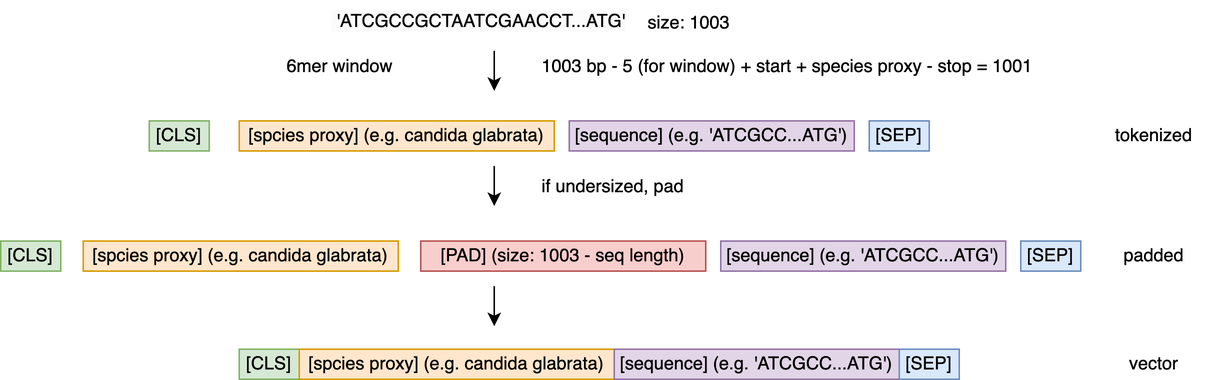
Before: notes/assets/drawio/fungal_up_down_transformer_upstream_1003bp_pad_for_undersized.drawio.png, a diagram exported from draw.io (Mjvolk3/torchcell). Source tidied: cells renumbered, new cells last; positions are measured from the earlier drawing's top-left corner, leaving out a move shared by most shapes.
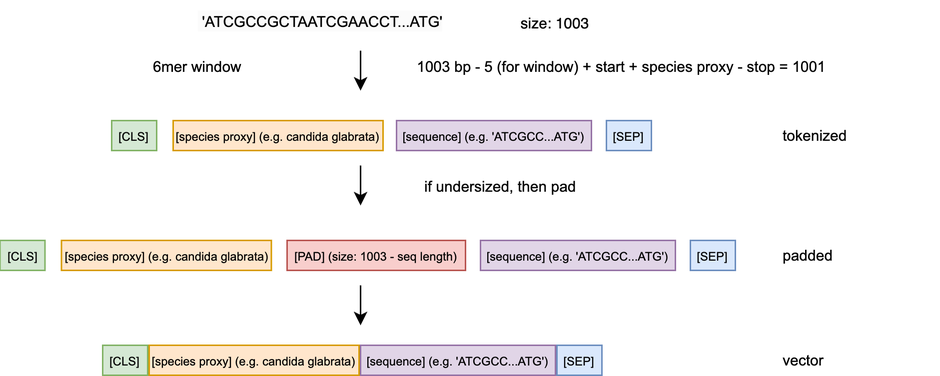
The same diagram one commit later.

Diff of the diagram source:
```diff
@@ -2,85 +2,85 @@
   <root>
     <mxCell id="0" />
     <mxCell id="1" parent="0" />
-    <mxCell id="2" value="[CLS]" style="rounded=0;whiteSpace=wrap;html=1;fillColor=#d5e8d4;strokeColor=#82b366;" parent="1" vertex="1">
-      <mxGeometry x="99" y="80" width="40" height="20" as="geometry" />
+    <mxCell id="2" value="&lt;font style=&quot;color: rgb(0, 0, 0); font-size: 8px;&quot; face=&quot;Arial&quot;&gt;[CLS]&lt;/font&gt;" style="rounded=0;whiteSpace=wrap;html=1;fillColor=#d5e8d4;strokeColor=#82b366;" parent="1" vertex="1">
+      <mxGeometry x="64" y="61" width="30" height="20" as="geometry" />
     </mxCell>
-    <mxCell id="3" value="[spcies proxy] (e.g. candida glabrata)" style="rounded=0;whiteSpace=wrap;html=1;fillColor=#ffe6cc;strokeColor=#d79b00;" parent="1" vertex="1">
-      <mxGeometry x="159" y="80" width="210" height="20" as="geometry" />
+    <mxCell id="3" value="&lt;font style=&quot;color: rgb(0, 0, 0); font-size: 8px;&quot; face=&quot;Arial&quot;&gt;[species proxy] (e.g. candida glabrata)&lt;/font&gt;" style="rounded=0;whiteSpace=wrap;html=1;fillColor=#ffe6cc;strokeColor=#d79b00;" parent="1" vertex="1">
+      <mxGeometry x="105" y="61" width="140" height="20" as="geometry" />
     </mxCell>
-    <mxCell id="4" value="[sequence] (e.g. 'ATCGCC...ATG')" style="rounded=0;whiteSpace=wrap;html=1;fillColor=#e1d5e7;strokeColor=#9673a6;" parent="1" vertex="1">
-      <mxGeometry x="379" y="80" width="190" height="20" as="geometry" />
+    <mxCell id="4" value="&lt;font style=&quot;color: rgb(0, 0, 0); font-size: 8px;&quot; face=&quot;Arial&quot;&gt;[sequence] (e.g. 'ATCGCC...ATG')&lt;/font&gt;" style="rounded=0;whiteSpace=wrap;html=1;fillColor=#e1d5e7;strokeColor=#9673a6;" parent="1" vertex="1">
+      <mxGeometry x="254" y="61" width="130" height="20" as="geometry" />
     </mxCell>
-    <mxCell id="5" value="[SEP]" style="rounded=0;whiteSpace=wrap;html=1;fillColor=#dae8fc;strokeColor=#6c8ebf;" parent="1" vertex="1">
-      <mxGeometry x="579" y="80" width="40" height="20" as="geometry" />
+    <mxCell id="5" value="&lt;font style=&quot;color: rgb(0, 0, 0); font-size: 8px;&quot; face=&quot;Arial&quot;&gt;[SEP]&lt;/font&gt;" style="rounded=0;whiteSpace=wrap;html=1;fillColor=#dae8fc;strokeColor=#6c8ebf;" parent="1" vertex="1">
+      <mxGeometry x="394" y="61" width="30" height="20" as="geometry" />
     </mxCell>
-    <mxCell id="6" value="tokenized" style="rounded=0;whiteSpace=wrap;html=1;fontFamily=Helvetica;strokeColor=none;" parent="1" vertex="1">
-      <mxGeometry x="729" y="80" width="80" height="20" as="geometry" />
+    <mxCell id="6" value="&lt;font style=&quot;color: rgb(0, 0, 0); font-size: 10px;&quot; face=&quot;Arial&quot;&gt;tokenized&lt;/font&gt;" style="rounded=0;whiteSpace=wrap;html=1;fontFamily=Helvetica;strokeColor=none;align=left;" parent="1" vertex="1">
+      <mxGeometry x="510" y="61" width="51" height="20" as="geometry" />
     </mxCell>
-    <mxCell id="7" value="size: 1003" style="rounded=0;whiteSpace=wrap;html=1;fontFamily=Helvetica;fillColor=none;strokeColor=none;" parent="1" vertex="1">
-      <mxGeometry x="429" y="5" width="60" height="20" as="geometry" />
+    <mxCell id="7" value="&lt;font style=&quot;font-size: 10px; color: rgb(0, 0, 0);&quot;&gt;size: 1003&lt;/font&gt;" style="rounded=0;whiteSpace=wrap;html=1;fontFamily=Helvetica;fillColor=none;strokeColor=none;" parent="1" vertex="1">
+      <mxGeometry x="330" y="-14" width="60" height="20" as="geometry" />
     </mxCell>
-    <mxCell id="8" value="&lt;span style=&quot;color: rgb(0, 0, 0); font-family: Helvetica; font-size: 12px; font-style: normal; font-variant-ligatures: normal; font-variant-caps: normal; font-weight: 400; letter-spacing: normal; orphans: 2; text-align: center; text-indent: 0px; text-transform: none; widows: 2; word-spacing: 0px; -webkit-text-stroke-width: 0px; background-color: rgb(251, 251, 251); text-decoration-thickness: initial; text-decoration-style: initial; text-decoration-color: initial; float: none; display: inline !important;&quot;&gt;&amp;nbsp;'ATCGCCGCTAATCGAACCT...ATG'&lt;/span&gt;" style="text;whiteSpace=wrap;html=1;fontFamily=Helvetica;" parent="1" vertex="1">
-      <mxGeometry x="219" width="200" height="30" as="geometry" />
+    <mxCell id="8" value="&lt;span style=&quot;font-style: normal; font-variant-ligatures: normal; font-variant-caps: normal; font-weight: 400; letter-spacing: normal; orphans: 2; text-align: center; text-indent: 0px; text-transform: none; widows: 2; word-spacing: 0px; -webkit-text-stroke-width: 0px; background-color: rgb(251, 251, 251); text-decoration-thickness: initial; text-decoration-style: initial; text-decoration-color: initial; float: none; display: inline !important;&quot;&gt;&lt;font face=&quot;Arial&quot; style=&quot;color: rgb(0, 0, 0); font-size: 10px;&quot;&gt;&amp;nbsp;'ATCGCCGCTAATCGAACCT...ATG'&lt;/font&gt;&lt;/span&gt;" style="text;whiteSpace=wrap;html=1;fontFamily=Helvetica;" parent="1" vertex="1">
+      <mxGeometry x="120" y="-19" width="200" height="30" as="geometry" />
     </mxCell>
     <mxCell id="9" style="endArrow=classic;html=1;fontFamily=Helvetica;exitX=0.55;exitY=1.111;exitDx=0;exitDy=0;exitPerimeter=0;" parent="1" edge="1" source="8">
       <mxGeometry relative="1" as="geometry">
-        <mxPoint x="329" y="60" as="targetPoint" />
+        <mxPoint x="230" y="41" as="targetPoint" />
       </mxGeometry>
     </mxCell>
-    <mxCell id="10" value="&lt;div style=&quot;text-align: center;&quot;&gt;6mer window&lt;/div&gt;" style="text;whiteSpace=wrap;html=1;fontFamily=Helvetica;" parent="1" vertex="1">
-      <mxGeometry x="189" y="30" width="80" height="30" as="geometry" />
+    <mxCell id="10" value="&lt;div style=&quot;text-align: center;&quot;&gt;&lt;font face=&quot;Arial&quot; style=&quot;font-size: 10px; color: rgb(0, 0, 0);&quot;&gt;6mer window&lt;/font&gt;&lt;/div&gt;" style="text;whiteSpace=wrap;html=1;fontFamily=Helvetica;" parent="1" vertex="1">
+      <mxGeometry x="90" y="11" width="80" height="30" as="geometry" />
     </mxCell>
-    <mxCell id="11" value="&lt;div style=&quot;text-align: center;&quot;&gt;1003 bp - 5 (for window) + start + species proxy - stop = 1001&lt;/div&gt;" style="text;whiteSpace=wrap;html=1;fontFamily=Helvetica;" parent="1" vertex="1">
-      <mxGeometry x="359" y="30" width="350" height="30" as="geometry" />
+    <mxCell id="11" value="&lt;div style=&quot;text-align: center;&quot;&gt;&lt;font style=&quot;font-size: 10px; color: rgb(0, 0, 0);&quot; face=&quot;Arial&quot;&gt;1003 bp - 5 (for window) + start + species proxy - stop = 1001&lt;/font&gt;&lt;/div&gt;" style="text;whiteSpace=wrap;html=1;fontFamily=Helvetica;" parent="1" vertex="1">
+      <mxGeometry x="266" y="11" width="350" height="30" as="geometry" />
     </mxCell>
     <mxCell id="12" style="endArrow=classic;html=1;fontFamily=Helvetica;exitX=0.55;exitY=1.111;exitDx=0;exitDy=0;exitPerimeter=0;" parent="1" edge="1">
       <mxGeometry relative="1" as="geometry">
-        <mxPoint x="329" y="110" as="sourcePoint" />
-        <mxPoint x="329" y="136.7" as="targetPoint" />
+        <mxPoint x="230" y="91" as="sourcePoint" />
+        <mxPoint x="230" y="117.7" as="targetPoint" />
       </mxGeometry>
     </mxCell>
-    <mxCell id="13" value="&lt;div style=&quot;text-align: center;&quot;&gt;if undersized, pad&lt;/div&gt;" style="text;whiteSpace=wrap;html=1;fontFamily=Helvetica;" parent="1" vertex="1">
-      <mxGeometry x="359" y="110" width="350" height="30" as="geometry" />
+    <mxCell id="13" value="&lt;div style=&quot;text-align: center;&quot;&gt;&lt;font style=&quot;color: rgb(0, 0, 0); font-size: 10px;&quot; face=&quot;Arial&quot;&gt;if undersized, then pad&lt;/font&gt;&lt;/div&gt;" style="text;whiteSpace=wrap;html=1;fontFamily=Helvetica;" parent="1" vertex="1">
+      <mxGeometry x="271" y="91" width="130" height="30" as="geometry" />
     </mxCell>
-    <mxCell id="14" value="[CLS]" style="rounded=0;whiteSpace=wrap;html=1;fillColor=#d5e8d4;strokeColor=#82b366;" parent="1" vertex="1">
-      <mxGeometry y="160" width="40" height="20" as="geometry" />
-    </mxCell>
-    <mxCell id="15" value="[spcies proxy] (e.g. candida glabrata)" style="rounded=0;whiteSpace=wrap;html=1;fillColor=#ffe6cc;strokeColor=#d79b00;" parent="1" vertex="1">
-      <mxGeometry x="55" y="160" width="210" height="20" as="geometry" />
-    </mxCell>
-    <mxCell id="16" value="[PAD] (size: 1003 - seq length)" style="rounded=0;whiteSpace=wrap;html=1;fillColor=#f8cecc;strokeColor=#b85450;" parent="1" vertex="1">
-      <mxGeometry x="280" y="160" width="190" height="20" as="geometry" />
+    <mxCell id="16" value="&lt;font style=&quot;font-size: 8px;&quot; face=&quot;Arial&quot;&gt;[PAD] (size: 1003 - seq length)&lt;/font&gt;" style="rounded=0;whiteSpace=wrap;html=1;fillColor=#f8cecc;strokeColor=#b85450;" parent="1" vertex="1">
+      <mxGeometry x="181" y="141" width="119" height="20" as="geometry" />
     </mxCell>
-    <mxCell id="17" value="[SEP]" style="rounded=0;whiteSpace=wrap;html=1;fillColor=#dae8fc;strokeColor=#6c8ebf;" parent="1" vertex="1">
-      <mxGeometry x="680" y="160" width="40" height="20" as="geometry" />
-    </mxCell>
     <mxCell id="18" style="endArrow=classic;html=1;fontFamily=Helvetica;exitX=0.55;exitY=1.111;exitDx=0;exitDy=0;exitPerimeter=0;" parent="1" edge="1">
       <mxGeometry relative="1" as="geometry">
-        <mxPoint x="329" y="190" as="sourcePoint" />
-        <mxPoint x="329" y="216.7" as="targetPoint" />
+        <mxPoint x="230" y="171" as="sourcePoint" />
+        <mxPoint x="230" y="197.7" as="targetPoint" />
       </mxGeometry>
     </mxCell>
-    <mxCell id="19" value="[sequence] (e.g. 'ATCGCC...ATG')" style="rounded=0;whiteSpace=wrap;html=1;fillColor=#e1d5e7;strokeColor=#9673a6;" parent="1" vertex="1">
-      <mxGeometry x="480" y="160" width="190" height="20" as="geometry" />
-    </mxCell>
-    <mxCell id="20" value="[CLS]" style="rounded=0;whiteSpace=wrap;html=1;fillColor=#d5e8d4;strokeColor=#82b366;" parent="1" vertex="1">
-      <mxGeometry x="159" y="232" width="40" height="20" as="geometry" />
-    </mxCell>
-    <mxCell id="21" value="[spcies proxy] (e.g. candida glabrata)" style="rounded=0;whiteSpace=wrap;html=1;fillColor=#ffe6cc;strokeColor=#d79b00;" parent="1" vertex="1">
-      <mxGeometry x="199" y="232" width="210" height="20" as="geometry" />
-    </mxCell>
-    <mxCell id="22" value="[sequence] (e.g. 'ATCGCC...ATG')" style="rounded=0;whiteSpace=wrap;html=1;fillColor=#e1d5e7;strokeColor=#9673a6;" parent="1" vertex="1">
-      <mxGeometry x="409" y="232" width="190" height="20" as="geometry" />
-    </mxCell>
-    <mxCell id="23" value="padded" style="rounded=0;whiteSpace=wrap;html=1;fontFamily=Helvetica;strokeColor=none;" parent="1" vertex="1">
-      <mxGeometry x="739" y="160" width="60" height="20" as="geometry" />
+    <mxCell id="23" value="&lt;font style=&quot;color: rgb(0, 0, 0); font-size: 10px;&quot; face=&quot;Arial&quot;&gt;padded&lt;/font&gt;" style="rounded=0;whiteSpace=wrap;html=1;fontFamily=Helvetica;strokeColor=none;align=left;" parent="1" vertex="1">
+      <mxGeometry x="510" y="141" width="46" height="20" as="geometry" />
     </mxCell>
-    <mxCell id="24" value="vector" style="rounded=0;whiteSpace=wrap;html=1;fontFamily=Helvetica;strokeColor=none;" parent="1" vertex="1">
-      <mxGeometry x="739" y="232" width="60" height="20" as="geometry" />
+    <mxCell id="24" value="&lt;font style=&quot;color: rgb(0, 0, 0); font-size: 10px;&quot; face=&quot;Arial&quot;&gt;vector&lt;/font&gt;" style="rounded=0;whiteSpace=wrap;html=1;fontFamily=Helvetica;strokeColor=none;align=left;" parent="1" vertex="1">
+      <mxGeometry x="510" y="211" width="38" height="20" as="geometry" />
     </mxCell>
-    <mxCell id="25" value="[SEP]" style="rounded=0;whiteSpace=wrap;html=1;fillColor=#dae8fc;strokeColor=#6c8ebf;" parent="1" vertex="1">
-      <mxGeometry x="599" y="232" width="40" height="20" as="geometry" />
-    </mxCell>
+    <mxCell id="26" value="&lt;font style=&quot;color: rgb(0, 0, 0); font-size: 8px;&quot; face=&quot;Arial&quot;&gt;[CLS]&lt;/font&gt;" style="rounded=0;whiteSpace=wrap;html=1;fillColor=#d5e8d4;strokeColor=#82b366;" parent="1" vertex="1">
+      <mxGeometry x="-10.5" y="141" width="30" height="20" as="geometry" />
+    </mxCell>
+    <mxCell id="27" value="&lt;font style=&quot;color: rgb(0, 0, 0); font-size: 8px;&quot; face=&quot;Arial&quot;&gt;[species proxy] (e.g. candida glabrata)&lt;/font&gt;" style="rounded=0;whiteSpace=wrap;html=1;fillColor=#ffe6cc;strokeColor=#d79b00;" parent="1" vertex="1">
+      <mxGeometry x="30.5" y="141" width="140" height="20" as="geometry" />
+    </mxCell>
+    <mxCell id="28" value="&lt;font style=&quot;color: rgb(0, 0, 0); font-size: 8px;&quot; face=&quot;Arial&quot;&gt;[sequence] (e.g. 'ATCGCC...ATG')&lt;/font&gt;" style="rounded=0;whiteSpace=wrap;html=1;fillColor=#e1d5e7;strokeColor=#9673a6;" parent="1" vertex="1">
+      <mxGeometry x="310" y="141" width="130" height="20" as="geometry" />
+    </mxCell>
+    <mxCell id="29" value="&lt;font style=&quot;color: rgb(0, 0, 0); font-size: 8px;&quot; face=&quot;Arial&quot;&gt;[SEP]&lt;/font&gt;" style="rounded=0;whiteSpace=wrap;html=1;fillColor=#dae8fc;strokeColor=#6c8ebf;" parent="1" vertex="1">
+      <mxGeometry x="450" y="141" width="30" height="20" as="geometry" />
+    </mxCell>
+    <mxCell id="30" value="&lt;font style=&quot;color: rgb(0, 0, 0); font-size: 8px;&quot; face=&quot;Arial&quot;&gt;[CLS]&lt;/font&gt;" style="rounded=0;whiteSpace=wrap;html=1;fillColor=#d5e8d4;strokeColor=#82b366;" parent="1" vertex="1">
+      <mxGeometry x="58" y="211" width="30" height="20" as="geometry" />
+    </mxCell>
+    <mxCell id="31" value="&lt;font style=&quot;color: rgb(0, 0, 0); font-size: 8px;&quot; face=&quot;Arial&quot;&gt;[species proxy] (e.g. candida glabrata)&lt;/font&gt;" style="rounded=0;whiteSpace=wrap;html=1;fillColor=#ffe6cc;strokeColor=#d79b00;" parent="1" vertex="1">
+      <mxGeometry x="89" y="211" width="140" height="20" as="geometry" />
+    </mxCell>
+    <mxCell id="32" value="&lt;font style=&quot;color: rgb(0, 0, 0); font-size: 8px;&quot; face=&quot;Arial&quot;&gt;[sequence] (e.g. 'ATCGCC...ATG')&lt;/font&gt;" style="rounded=0;whiteSpace=wrap;html=1;fillColor=#e1d5e7;strokeColor=#9673a6;" parent="1" vertex="1">
+      <mxGeometry x="230" y="211" width="130" height="20" as="geometry" />
+    </mxCell>
+    <mxCell id="33" value="&lt;font style=&quot;color: rgb(0, 0, 0); font-size: 8px;&quot; face=&quot;Arial&quot;&gt;[SEP]&lt;/font&gt;" style="rounded=0;whiteSpace=wrap;html=1;fillColor=#dae8fc;strokeColor=#6c8ebf;" parent="1" vertex="1">
+      <mxGeometry x="361" y="211" width="30" height="20" as="geometry" />
+    </mxCell>
   </root>
 </mxGraphModel>
```
